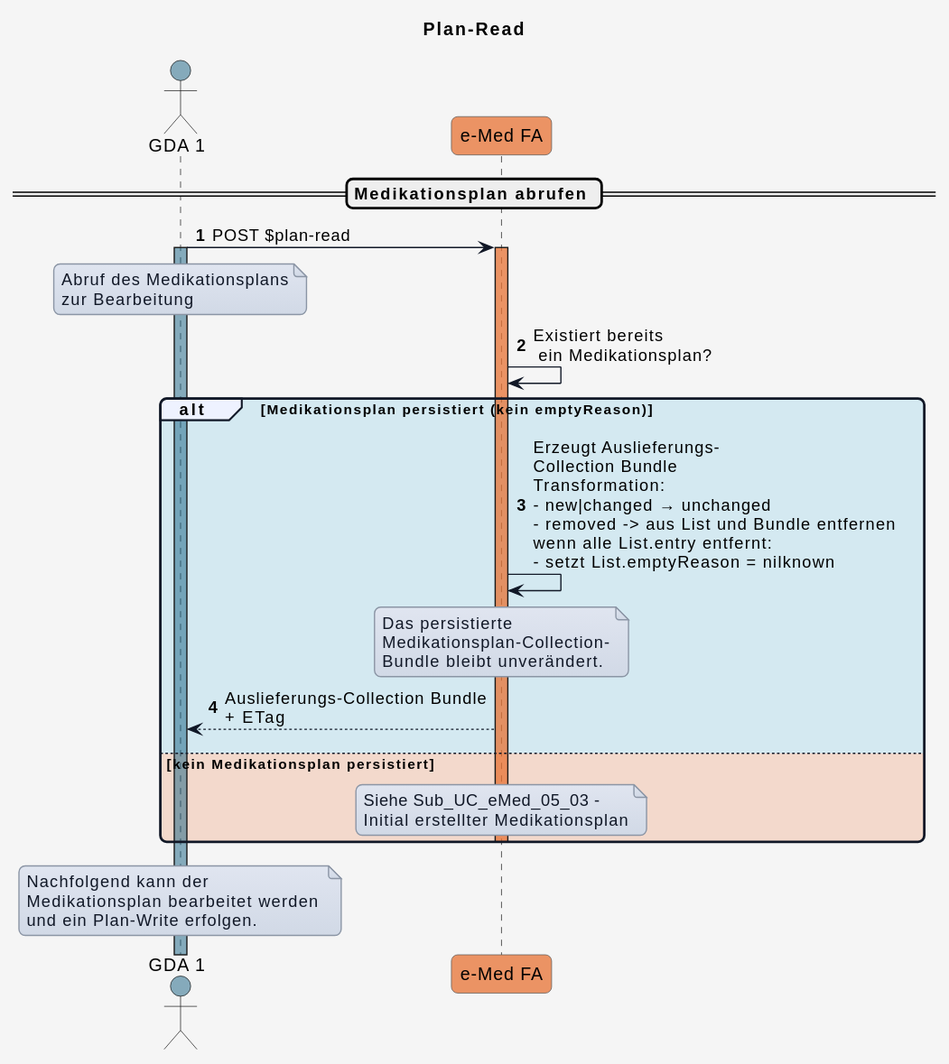
Above: r4-ELGA-e-Medikation-main/plantuml/UC_eMed_05_02.svg in HL7Austria/hl7austria.github.io (PlantUML), before the change. Its diagram source:
```plantuml
@startuml
title Plan-Read


skinparam borderColor #000000
skinparam backgroundColor #f5f5f5
skinparam shadowing false
skinparam roundCorner 10
skinparam defaultFontName "Arial"
skinparam defaultFontColor #000000
skinparam HyperlinkColor #0000EE
skinparam HyperlinkUnderline false
skinparam BoxPadding 20
skinparam BoxBorderColor #555555

skinparam note {
  BackgroundColor #e0e5f0-#d1d9e6
  BorderColor #8b95a5
  BorderThickness 1
  RoundCorner 0
  Padding 6
  FontColor #111827
  Shadowing false
}

skinparam sequence {
  ParticipantBorderColor #555555
  ParticipantBackgroundColor #ffffff
  ParticipantFontColor #000000
  ParticipantFontSize 14
  ParticipantPadding 20
  ArrowColor #111827
  ArrowThickness 1
  ArrowFontColor #000000
  ArrowFontSize 13
  GroupBorderColor #111827
  GroupBackgroundColor #eef2ff
  GroupBorderThickness 2
}

!define COLOR_GDA_1    #15608280
!define COLOR_GDA_2    #96607D80
!define COLOR_PATIENT  #196B2480
!define COLOR_APO      #0F9ED590
!define COLOR_EMED_FA  #e97232bd
!define COLOR_E_REZEPT #cd3732a9

!define COLOR_OK       #0F9ED525
!define COLOR_ERROR    #E9713235

actor GDA_1 as "GDA 1" COLOR_GDA_1
participant eMed_FA as "e-Med FA" COLOR_EMED_FA


autonumber

== Medikationsplan abrufen ==

GDA_1 -> eMed_FA: POST $plan-read
activate GDA_1 COLOR_GDA_1

note over GDA_1
Abruf des Medikationsplans
zur Bearbeitung
end note

activate eMed_FA COLOR_EMED_FA
eMed_FA -> eMed_FA: Existiert bereits\n ein Medikationsplan?

alt COLOR_OK Medikationsplan persistiert (kein emptyReason)
  eMed_FA -> eMed_FA: Erzeugt Auslieferungs-\nCollection Bundle\nTransformation:\n- new|changed → unchanged\n- removed -> aus List und Bundle entfernen\nwenn alle List.entry entfernt:\n- setzt List.emptyReason = nilknown
  note over eMed_FA
  Das persistierte
  Medikationsplan-Collection-
  Bundle bleibt unverändert.
  end note

  eMed_FA --> GDA_1: Auslieferungs-Collection Bundle\n+ ETag

else COLOR_ERROR kein Medikationsplan persistiert

  note over eMed_FA
  Siehe Sub_UC_eMed_05_03 -
  Initial erstellter Medikationsplan
  end note

  deactivate eMed_FA
end

note over GDA_1
Nachfolgend kann der
Medikationsplan bearbeitet werden
und ein Plan-Write erfolgen.
end note
@enduml
```
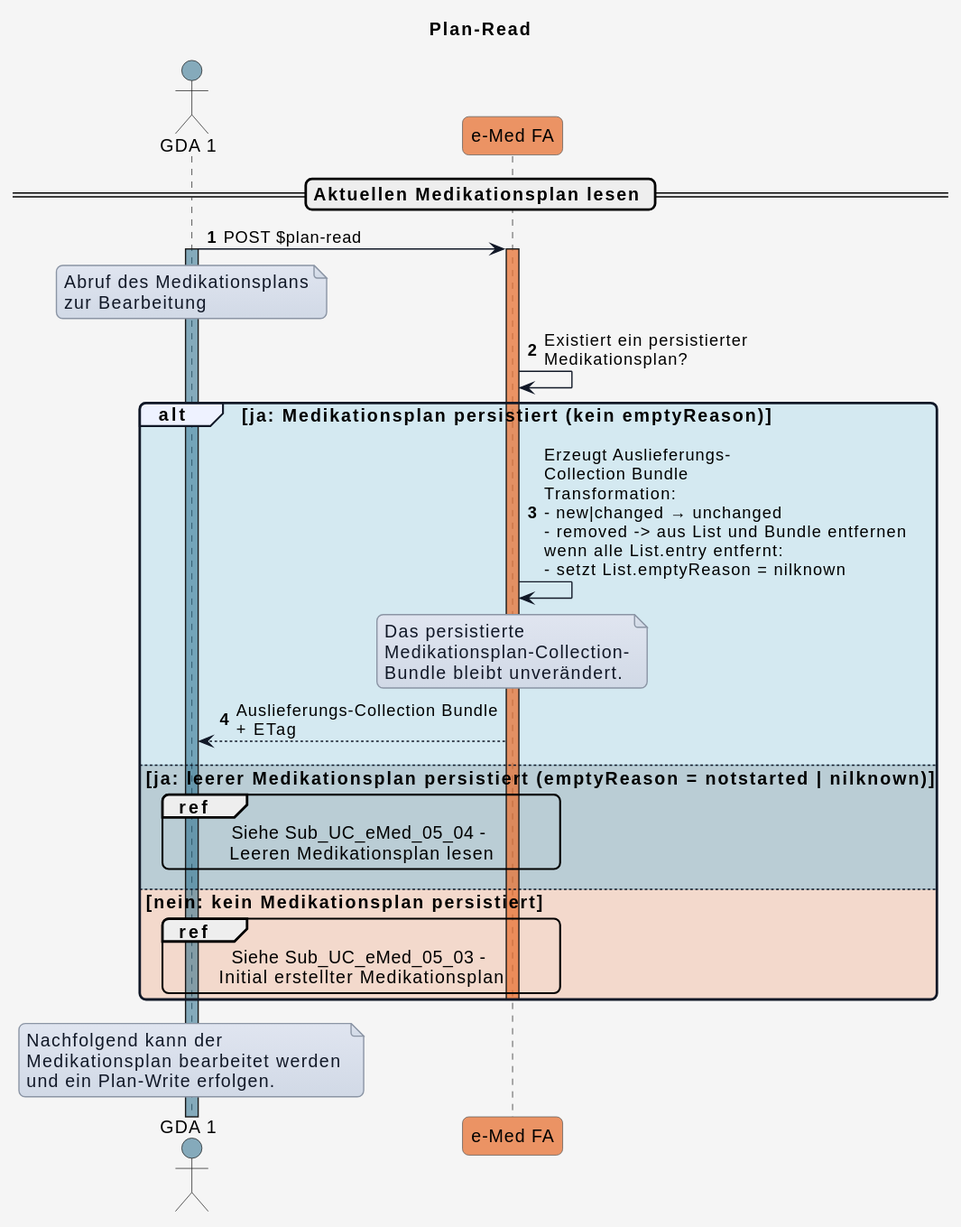
The same file after the commit.

Diff of the diagram source:
```diff
@@ -7,6 +7,7 @@
 skinparam shadowing false
 skinparam roundCorner 10
 skinparam defaultFontName "Arial"
+skinparam defaultFontSize 14
 skinparam defaultFontColor #000000
 skinparam HyperlinkColor #0000EE
 skinparam HyperlinkUnderline false
@@ -46,6 +47,7 @@
 !define COLOR_E_REZEPT #cd3732a9
 
 !define COLOR_OK       #0F9ED525
+!define COLOR_OK_2     #34738d4e
 !define COLOR_ERROR    #E9713235
 
 actor GDA_1 as "GDA 1" COLOR_GDA_1
@@ -54,7 +56,7 @@
 
 autonumber
 
-== Medikationsplan abrufen ==
+== Aktuellen Medikationsplan lesen ==
 
 GDA_1 -> eMed_FA: POST $plan-read
 activate GDA_1 COLOR_GDA_1
@@ -65,9 +67,9 @@
 end note
 
 activate eMed_FA COLOR_EMED_FA
-eMed_FA -> eMed_FA: Existiert bereits\n ein Medikationsplan?
+eMed_FA -> eMed_FA: Existiert ein persistierter\nMedikationsplan?
 
-alt COLOR_OK Medikationsplan persistiert (kein emptyReason)
+alt COLOR_OK ja: Medikationsplan persistiert (kein emptyReason)
   eMed_FA -> eMed_FA: Erzeugt Auslieferungs-\nCollection Bundle\nTransformation:\n- new|changed → unchanged\n- removed -> aus List und Bundle entfernen\nwenn alle List.entry entfernt:\n- setzt List.emptyReason = nilknown
   note over eMed_FA
   Das persistierte
@@ -77,12 +79,19 @@
 
   eMed_FA --> GDA_1: Auslieferungs-Collection Bundle\n+ ETag
 
-else COLOR_ERROR kein Medikationsplan persistiert
+else COLOR_OK_2 ja: leerer Medikationsplan persistiert (emptyReason = notstarted | nilknown)
 
-  note over eMed_FA
+  ref over GDA_1,eMed_FA
+  Siehe Sub_UC_eMed_05_04 -
+  Leeren Medikationsplan lesen
+  end ref
+
+else COLOR_ERROR nein: kein Medikationsplan persistiert
+
+  ref over GDA_1,eMed_FA
   Siehe Sub_UC_eMed_05_03 -
   Initial erstellter Medikationsplan
-  end note
+  end ref
 
   deactivate eMed_FA
 end
```
